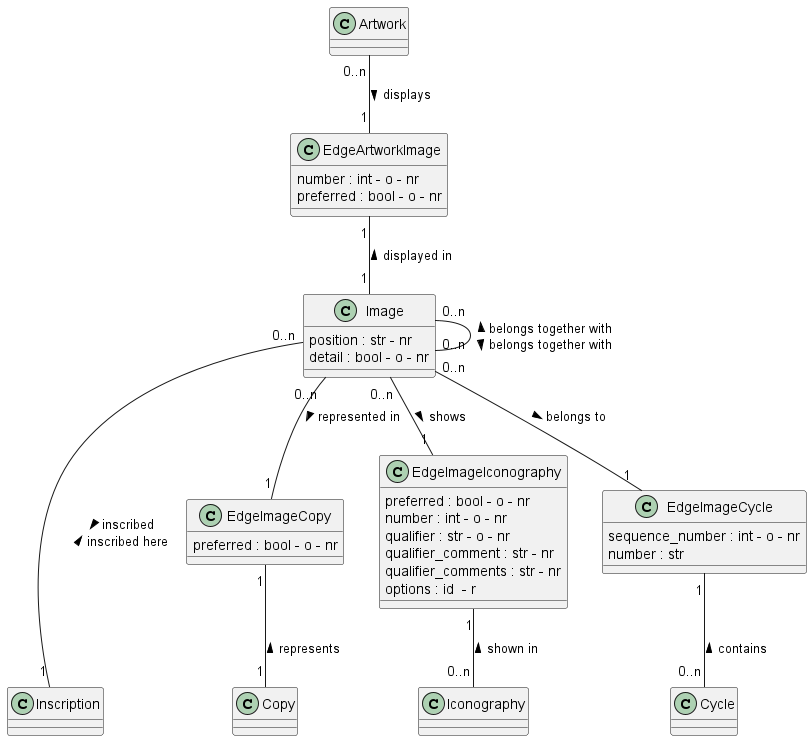
The PlantUML diagram documentation/class_diagrams/Image.png in tmasch/bpf_be, before a commit.
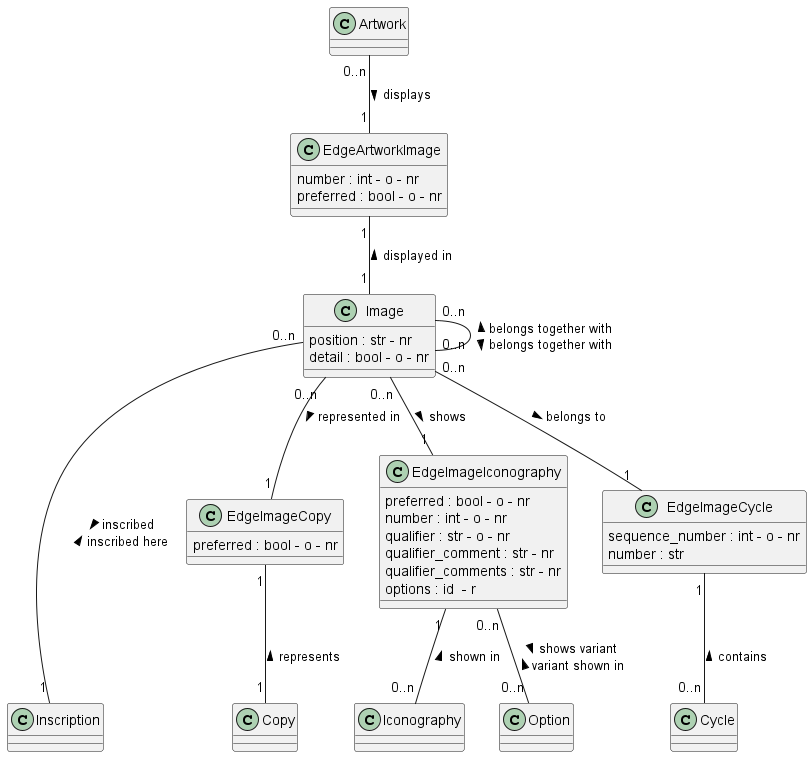
Above is the later version.

What changed in the source:
```diff
@@ -1,4 +1,4 @@
-@startuml
+@startuml Image
 
 class Image
 
@@ -38,6 +38,8 @@
 Image "0..n" -- "1" EdgeImageIconography : shows >
 EdgeImageIconography "1" -- "0..n" Iconography : shown in <
 
+EdgeImageIconography "0..n" -- "0..n" Option: > shows variant \n variant shown in <
+
 Image "0..n" -- "1" EdgeImageCycle : > belongs to
 EdgeImageCycle "1" -- "0..n" Cycle : contains <
 
```
